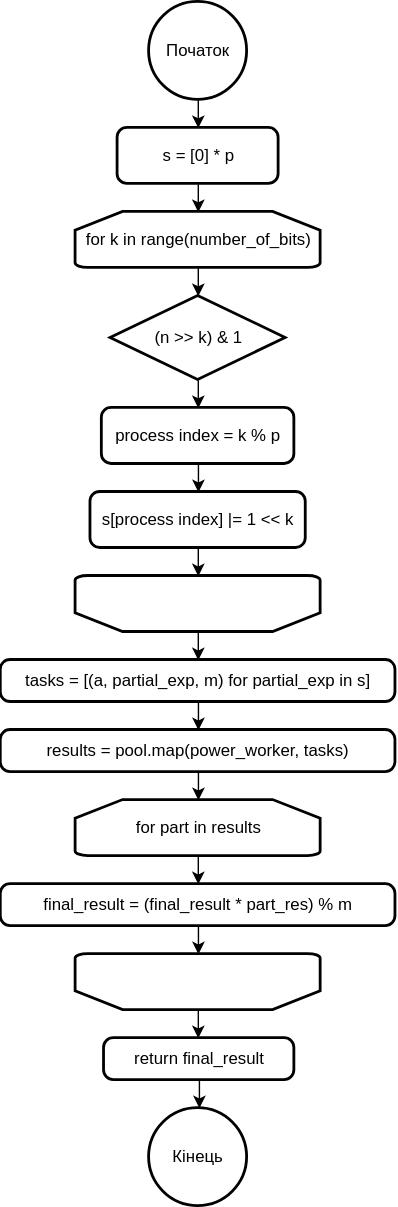
Earlier version of the draw.io export 42TR Tehnologiji Rozpodilenyh System/2/ridge.drawio.svg (seesmof/University-Universytet). Source tidied: cells renumbered, new cells last; positions are measured from the earlier drawing's top-left corner, leaving out a move shared by most shapes. The source it was exported from:
```xml
<mxGraphModel>
  <root>
    <mxCell id="0" />
    <mxCell id="1" parent="0" />
    <mxCell id="2" style="edgeStyle=orthogonalEdgeStyle;rounded=0;jettySize=auto;html=1;" parent="1" edge="1" source="3" target="6">
      <mxGeometry relative="1" as="geometry" />
    </mxCell>
    <mxCell id="3" value="Початок" style="strokeWidth=2;html=1;shape=mxgraph.flowchart.start_2;whiteSpace=wrap;" parent="1" vertex="1">
      <mxGeometry x="106" width="70" height="70" as="geometry" />
    </mxCell>
    <mxCell id="4" value="Кінець" style="strokeWidth=2;html=1;shape=mxgraph.flowchart.start_2;whiteSpace=wrap;" parent="1" vertex="1">
      <mxGeometry x="106" y="790" width="70" height="70" as="geometry" />
    </mxCell>
    <mxCell id="5" style="edgeStyle=orthogonalEdgeStyle;rounded=0;jettySize=auto;html=1;" parent="1" edge="1" source="6" target="8">
      <mxGeometry relative="1" as="geometry" />
    </mxCell>
    <mxCell id="6" value="s = [0] * p" style="rounded=1;whiteSpace=wrap;html=1;absoluteArcSize=1;arcSize=14;strokeWidth=2;" parent="1" vertex="1">
      <mxGeometry x="83.5" y="90" width="115" height="40" as="geometry" />
    </mxCell>
    <mxCell id="7" style="edgeStyle=orthogonalEdgeStyle;rounded=0;jettySize=auto;html=1;" parent="1" edge="1" source="8" target="10">
      <mxGeometry relative="1" as="geometry" />
    </mxCell>
    <mxCell id="8" value="for k in range(number_of_bits)" style="strokeWidth=2;html=1;shape=mxgraph.flowchart.loop_limit;whiteSpace=wrap;" parent="1" vertex="1">
      <mxGeometry x="53.5" y="150" width="175" height="40" as="geometry" />
    </mxCell>
    <mxCell id="9" style="edgeStyle=orthogonalEdgeStyle;rounded=0;jettySize=auto;html=1;" parent="1" edge="1" source="10" target="12">
      <mxGeometry relative="1" as="geometry" />
    </mxCell>
    <mxCell id="10" value="(n &amp;gt;&amp;gt; k) &amp;amp; 1" style="strokeWidth=2;html=1;shape=mxgraph.flowchart.decision;whiteSpace=wrap;" parent="1" vertex="1">
      <mxGeometry x="78.5" y="210" width="125" height="60" as="geometry" />
    </mxCell>
    <mxCell id="11" style="edgeStyle=orthogonalEdgeStyle;rounded=0;jettySize=auto;html=1;" parent="1" edge="1" source="12" target="14">
      <mxGeometry relative="1" as="geometry" />
    </mxCell>
    <mxCell id="12" value="process index = k % p" style="rounded=1;whiteSpace=wrap;html=1;absoluteArcSize=1;arcSize=14;strokeWidth=2;" parent="1" vertex="1">
      <mxGeometry x="72.2" y="290" width="137.5" height="40" as="geometry" />
    </mxCell>
    <mxCell id="13" style="edgeStyle=orthogonalEdgeStyle;rounded=0;jettySize=auto;html=1;" parent="1" edge="1" source="14" target="22">
      <mxGeometry relative="1" as="geometry" />
    </mxCell>
    <mxCell id="14" value="s[process index] |= 1 &amp;lt;&amp;lt; k" style="rounded=1;whiteSpace=wrap;html=1;absoluteArcSize=1;arcSize=14;strokeWidth=2;" parent="1" vertex="1">
      <mxGeometry x="64.1" y="350" width="153.8" height="40" as="geometry" />
    </mxCell>
    <mxCell id="15" style="edgeStyle=orthogonalEdgeStyle;rounded=0;jettySize=auto;html=1;" parent="1" edge="1" source="16" target="18">
      <mxGeometry relative="1" as="geometry" />
    </mxCell>
    <mxCell id="16" value="&lt;div&gt;tasks = [(a, partial_exp, m) for partial_exp in s]&lt;/div&gt;" style="rounded=1;whiteSpace=wrap;html=1;absoluteArcSize=1;arcSize=14;strokeWidth=2;" parent="1" vertex="1">
      <mxGeometry x="0.1" y="470" width="281.9" height="30" as="geometry" />
    </mxCell>
    <mxCell id="17" style="edgeStyle=orthogonalEdgeStyle;rounded=0;jettySize=auto;html=1;" parent="1" edge="1" source="18" target="20">
      <mxGeometry relative="1" as="geometry" />
    </mxCell>
    <mxCell id="18" value="&lt;div&gt;results = pool.map(power_worker, tasks)&lt;/div&gt;" style="rounded=1;whiteSpace=wrap;html=1;absoluteArcSize=1;arcSize=14;strokeWidth=2;" parent="1" vertex="1">
      <mxGeometry x="0.1" y="520" width="281.9" height="30" as="geometry" />
    </mxCell>
    <mxCell id="19" style="edgeStyle=orthogonalEdgeStyle;rounded=0;jettySize=auto;html=1;" parent="1" edge="1" source="20" target="24">
      <mxGeometry relative="1" as="geometry" />
    </mxCell>
    <mxCell id="20" value="for part in results" style="strokeWidth=2;html=1;shape=mxgraph.flowchart.loop_limit;whiteSpace=wrap;" parent="1" vertex="1">
      <mxGeometry x="53.5" y="570" width="175" height="40" as="geometry" />
    </mxCell>
    <mxCell id="21" style="edgeStyle=orthogonalEdgeStyle;rounded=0;jettySize=auto;html=1;" parent="1" edge="1" source="22" target="16">
      <mxGeometry relative="1" as="geometry" />
    </mxCell>
    <mxCell id="22" style="strokeWidth=2;html=1;shape=mxgraph.flowchart.loop_limit;whiteSpace=wrap;rotation=-180;" parent="1" vertex="1">
      <mxGeometry x="53.5" y="410" width="175" height="40" as="geometry" />
    </mxCell>
    <mxCell id="23" style="edgeStyle=orthogonalEdgeStyle;rounded=0;jettySize=auto;html=1;" parent="1" edge="1" source="24" target="26">
      <mxGeometry relative="1" as="geometry" />
    </mxCell>
    <mxCell id="24" value="&lt;div&gt;final_result = (final_result * part_res) % m&lt;/div&gt;" style="rounded=1;whiteSpace=wrap;html=1;absoluteArcSize=1;arcSize=14;strokeWidth=2;" parent="1" vertex="1">
      <mxGeometry x="0.1" y="630" width="281.9" height="30" as="geometry" />
    </mxCell>
    <mxCell id="25" style="edgeStyle=orthogonalEdgeStyle;rounded=0;jettySize=auto;html=1;" parent="1" edge="1" source="26" target="28">
      <mxGeometry relative="1" as="geometry" />
    </mxCell>
    <mxCell id="26" style="strokeWidth=2;html=1;shape=mxgraph.flowchart.loop_limit;whiteSpace=wrap;rotation=-180;" parent="1" vertex="1">
      <mxGeometry x="53.5" y="680" width="175" height="40" as="geometry" />
    </mxCell>
    <mxCell id="27" style="edgeStyle=orthogonalEdgeStyle;rounded=0;jettySize=auto;html=1;" parent="1" edge="1" source="28" target="4">
      <mxGeometry relative="1" as="geometry" />
    </mxCell>
    <mxCell id="28" value="&lt;div&gt;return final_result&lt;/div&gt;" style="rounded=1;whiteSpace=wrap;html=1;absoluteArcSize=1;arcSize=14;strokeWidth=2;" parent="1" vertex="1">
      <mxGeometry x="73.8" y="740" width="135.9" height="30" as="geometry" />
    </mxCell>
  </root>
</mxGraphModel>
```
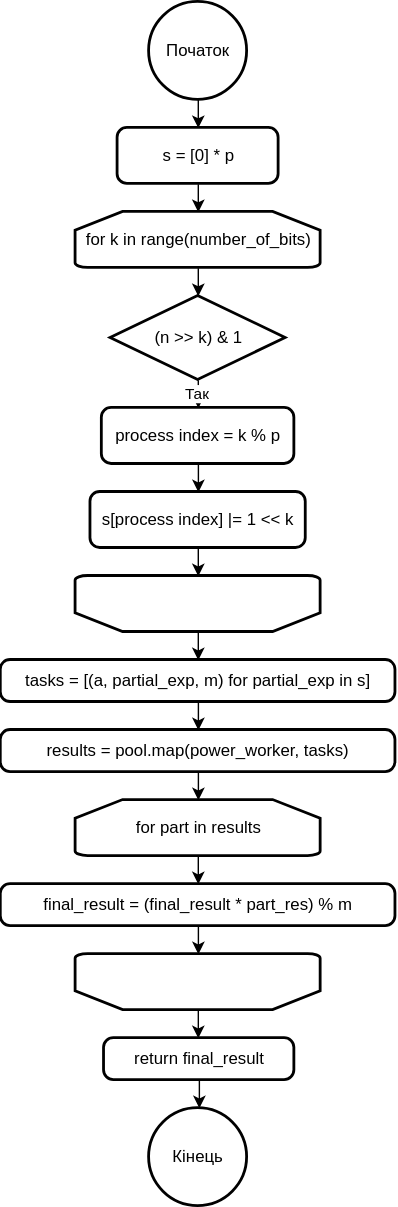
Later version of the same file.

What changed in the source:
```diff
@@ -26,6 +26,11 @@
     <mxCell id="9" style="edgeStyle=orthogonalEdgeStyle;rounded=0;jettySize=auto;html=1;" parent="1" edge="1" source="10" target="12">
       <mxGeometry relative="1" as="geometry" />
     </mxCell>
+    <mxCell id="29" value="Так" style="edgeLabel;html=1;align=center;verticalAlign=middle;" parent="9" vertex="1">
+      <mxGeometry x="-0.06" y="-1" relative="1" as="geometry">
+        <mxPoint x="-1" y="5" as="offset" />
+      </mxGeometry>
+    </mxCell>
     <mxCell id="10" value="(n &amp;gt;&amp;gt; k) &amp;amp; 1" style="strokeWidth=2;html=1;shape=mxgraph.flowchart.decision;whiteSpace=wrap;" parent="1" vertex="1">
       <mxGeometry x="78.5" y="210" width="125" height="60" as="geometry" />
     </mxCell>
```
